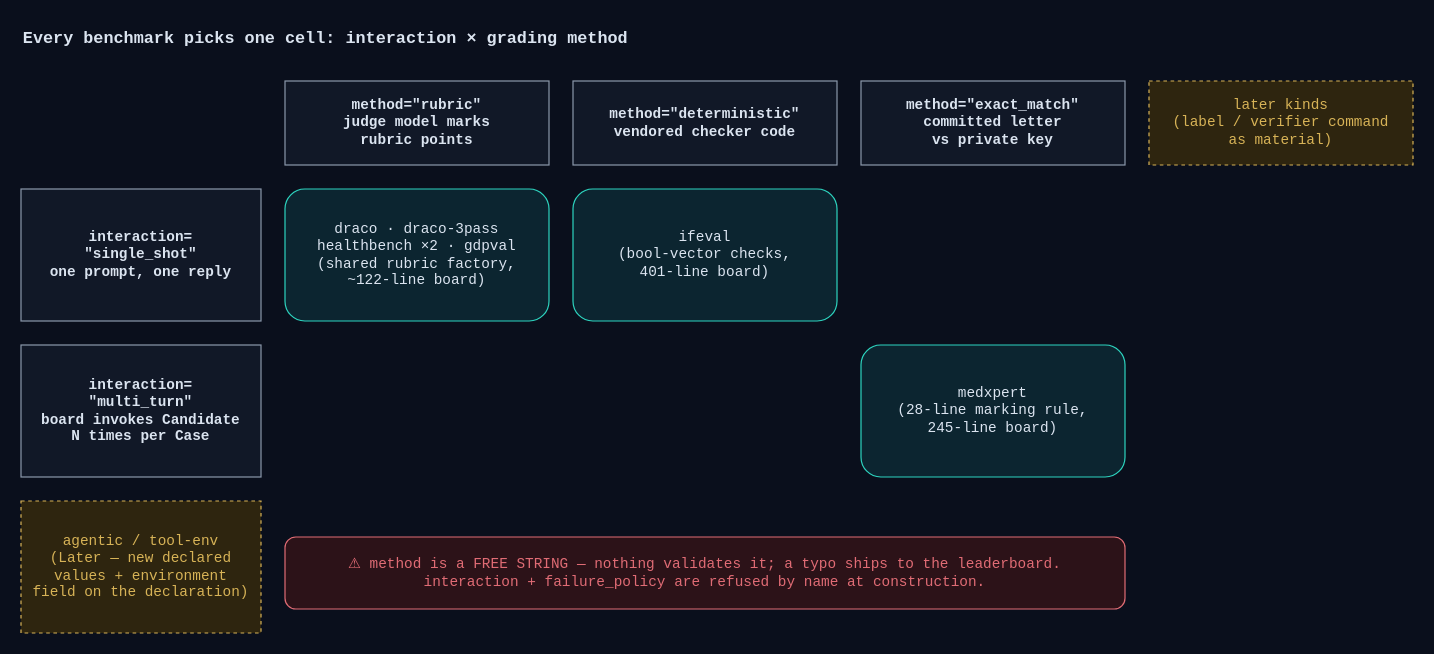
This is apps/screamingface-engine/docs/diagrams/benchmark-two-axes.drawio from ScreamingFace/screamingface, a draw.io file, before an edit. Source tidied: cells renumbered, new cells numbered last; positions are measured from the earlier drawing's top-left corner, leaving out a move shared by most shapes. Both pictures are drawn from the tidied source at 120%, with x=0, y=0 at pixel (20, 20).
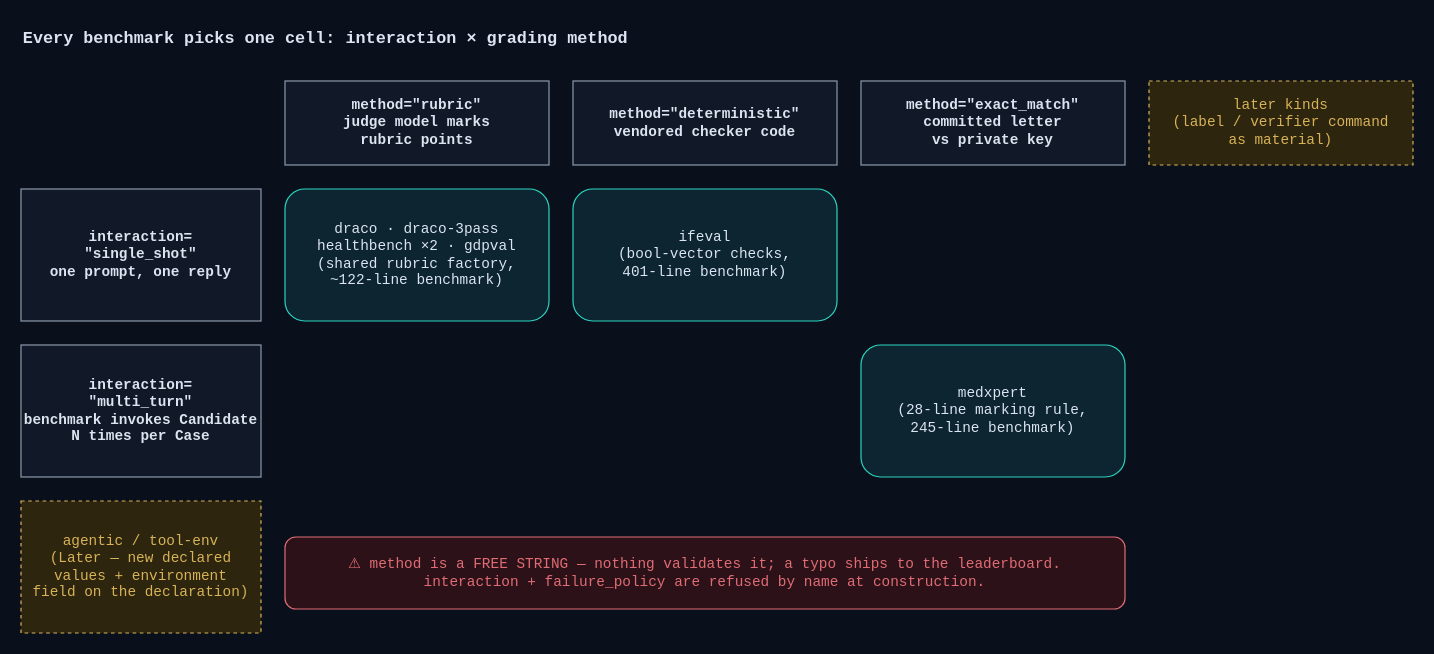
The same diagram, later.

The edit, as a diff of the source:
```diff
@@
 <mxGraphModel background="#0a0f1c">
   <root>
     <mxCell id="0" />
     <mxCell id="1" parent="0" />
     <mxCell id="2" value="Every benchmark picks one cell: interaction × grading method" style="text;html=1;align=left;verticalAlign=middle;fontColor=#dbe4f0;fontFamily=Courier New;fontSize=14;fontStyle=1;" parent="1" vertex="1">
       <mxGeometry width="720" height="30" as="geometry" />
     </mxCell>
     <mxCell id="3" value="method=&quot;rubric&quot;&#10;judge model marks&#10;rubric points" style="rounded=0;whiteSpace=wrap;html=1;fillColor=#111827;strokeColor=#8b98ab;fontColor=#dbe4f0;fontFamily=Courier New;fontSize=12;fontStyle=1;" parent="1" vertex="1">
       <mxGeometry x="220" y="50" width="220" height="70" as="geometry" />
     </mxCell>
     <mxCell id="4" value="method=&quot;deterministic&quot;&#10;vendored checker code" style="rounded=0;whiteSpace=wrap;html=1;fillColor=#111827;strokeColor=#8b98ab;fontColor=#dbe4f0;fontFamily=Courier New;fontSize=12;fontStyle=1;" parent="1" vertex="1">
       <mxGeometry x="460" y="50" width="220" height="70" as="geometry" />
     </mxCell>
     <mxCell id="5" value="method=&quot;exact_match&quot;&#10;committed letter&#10;vs private key" style="rounded=0;whiteSpace=wrap;html=1;fillColor=#111827;strokeColor=#8b98ab;fontColor=#dbe4f0;fontFamily=Courier New;fontSize=12;fontStyle=1;" parent="1" vertex="1">
       <mxGeometry x="700" y="50" width="220" height="70" as="geometry" />
     </mxCell>
     <mxCell id="6" value="later kinds&#10;(label / verifier command&#10;as material)" style="rounded=0;whiteSpace=wrap;html=1;dashed=1;fillColor=#2e250f;strokeColor=#d7b357;fontColor=#d7b357;fontFamily=Courier New;fontSize=12;" parent="1" vertex="1">
       <mxGeometry x="940" y="50" width="220" height="70" as="geometry" />
     </mxCell>
     <mxCell id="7" value="interaction=&#10;&quot;single_shot&quot;&#10;one prompt, one reply" style="rounded=0;whiteSpace=wrap;html=1;fillColor=#111827;strokeColor=#8b98ab;fontColor=#dbe4f0;fontFamily=Courier New;fontSize=12;fontStyle=1;" parent="1" vertex="1">
       <mxGeometry y="140" width="200" height="110" as="geometry" />
     </mxCell>
-    <mxCell id="8" value="interaction=&#10;&quot;multi_turn&quot;&#10;board invokes Candidate&#10;N times per Case" style="rounded=0;whiteSpace=wrap;html=1;fillColor=#111827;strokeColor=#8b98ab;fontColor=#dbe4f0;fontFamily=Courier New;fontSize=12;fontStyle=1;" parent="1" vertex="1">
+    <mxCell id="8" value="interaction=&#10;&quot;multi_turn&quot;&#10;benchmark invokes Candidate&#10;N times per Case" style="rounded=0;whiteSpace=wrap;html=1;fillColor=#111827;strokeColor=#8b98ab;fontColor=#dbe4f0;fontFamily=Courier New;fontSize=12;fontStyle=1;" parent="1" vertex="1">
       <mxGeometry y="270" width="200" height="110" as="geometry" />
     </mxCell>
     <mxCell id="9" value="agentic / tool-env&#10;(Later — new declared&#10;values + environment&#10;field on the declaration)" style="rounded=0;whiteSpace=wrap;html=1;dashed=1;fillColor=#2e250f;strokeColor=#d7b357;fontColor=#d7b357;fontFamily=Courier New;fontSize=12;" parent="1" vertex="1">
       <mxGeometry y="400" width="200" height="110" as="geometry" />
     </mxCell>
-    <mxCell id="10" value="draco · draco-3pass&#10;healthbench ×2 · gdpval&#10;(shared rubric factory,&#10;~122-line board)" style="rounded=1;whiteSpace=wrap;html=1;fillColor=#0c2530;strokeColor=#2dd4bf;fontColor=#dbe4f0;fontFamily=Courier New;fontSize=12;" parent="1" vertex="1">
+    <mxCell id="10" value="draco · draco-3pass&#10;healthbench ×2 · gdpval&#10;(shared rubric factory,&#10;~122-line benchmark)" style="rounded=1;whiteSpace=wrap;html=1;fillColor=#0c2530;strokeColor=#2dd4bf;fontColor=#dbe4f0;fontFamily=Courier New;fontSize=12;" parent="1" vertex="1">
       <mxGeometry x="220" y="140" width="220" height="110" as="geometry" />
     </mxCell>
-    <mxCell id="11" value="ifeval&#10;(bool-vector checks,&#10;401-line board)" style="rounded=1;whiteSpace=wrap;html=1;fillColor=#0c2530;strokeColor=#2dd4bf;fontColor=#dbe4f0;fontFamily=Courier New;fontSize=12;" parent="1" vertex="1">
+    <mxCell id="11" value="ifeval&#10;(bool-vector checks,&#10;401-line benchmark)" style="rounded=1;whiteSpace=wrap;html=1;fillColor=#0c2530;strokeColor=#2dd4bf;fontColor=#dbe4f0;fontFamily=Courier New;fontSize=12;" parent="1" vertex="1">
       <mxGeometry x="460" y="140" width="220" height="110" as="geometry" />
     </mxCell>
-    <mxCell id="12" value="medxpert&#10;(28-line marking rule,&#10;245-line board)" style="rounded=1;whiteSpace=wrap;html=1;fillColor=#0c2530;strokeColor=#2dd4bf;fontColor=#dbe4f0;fontFamily=Courier New;fontSize=12;" parent="1" vertex="1">
+    <mxCell id="12" value="medxpert&#10;(28-line marking rule,&#10;245-line benchmark)" style="rounded=1;whiteSpace=wrap;html=1;fillColor=#0c2530;strokeColor=#2dd4bf;fontColor=#dbe4f0;fontFamily=Courier New;fontSize=12;" parent="1" vertex="1">
       <mxGeometry x="700" y="270" width="220" height="110" as="geometry" />
     </mxCell>
     <mxCell id="13" value="⚠ method is a FREE STRING — nothing validates it; a typo ships to the leaderboard.&#10;interaction + failure_policy are refused by name at construction." style="rounded=1;whiteSpace=wrap;html=1;fillColor=#2c1218;strokeColor=#e06c75;fontColor=#e06c75;fontFamily=Courier New;fontSize=12;" parent="1" vertex="1">
       <mxGeometry x="220" y="430" width="700" height="60" as="geometry" />
     </mxCell>
   </root>
 </mxGraphModel>
```
